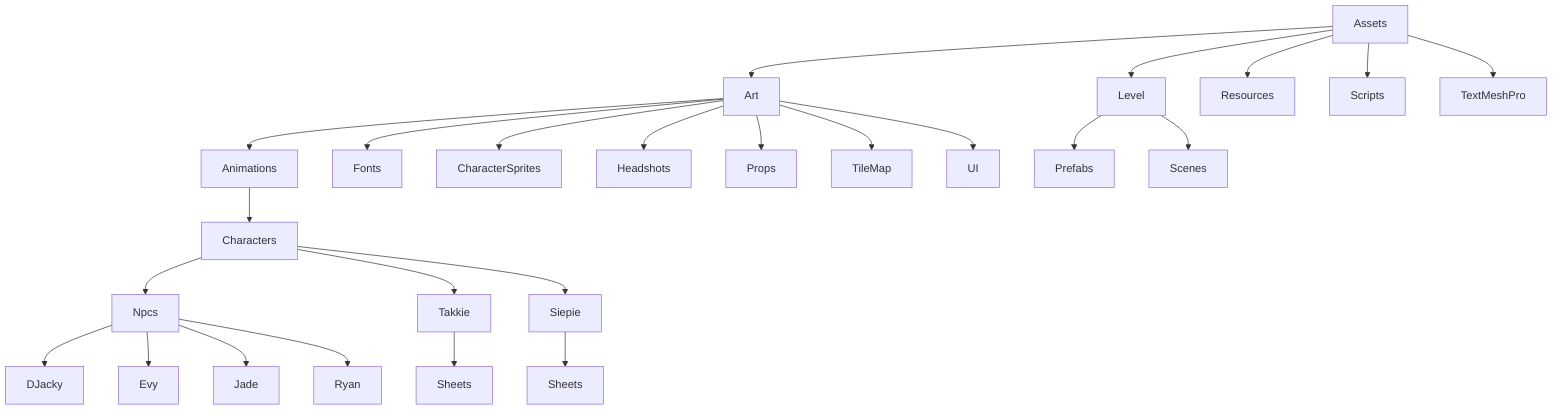
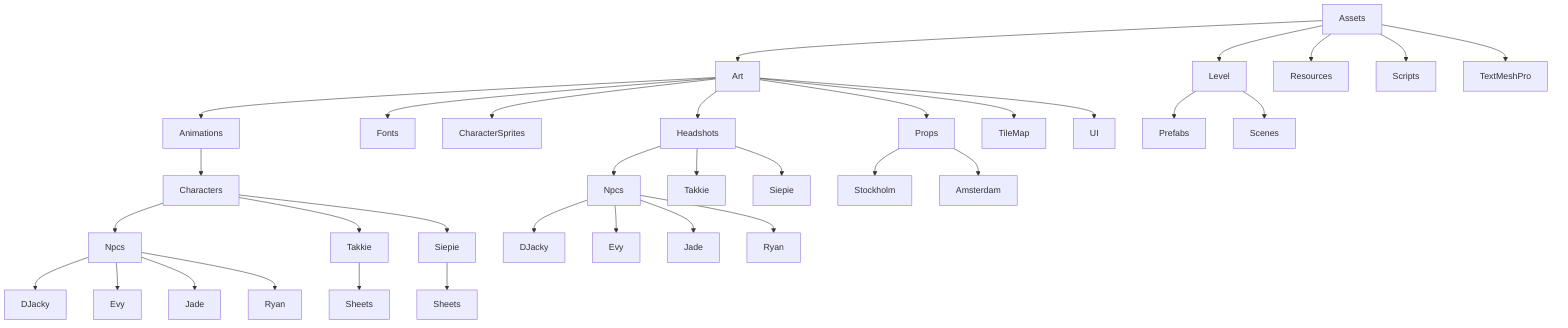
graph TD;


Assets-->Art;
Assets-->Level;
Assets-->Resources; %%{only_put_assets_here_when_discussed}%%
Assets-->Scripts;
Assets-->TextMeshPro;

Art-->Animations;
Art-->Fonts;
Art-->CharacterSprites
Art-->Headshots
Art-->Props
Art-->TileMap
Art-->UI

Animations-->Characters;

Characters-->Npcs;
Characters-->Takkie;
Characters-->Siepie;

Npcs-->DJacky;
Npcs-->Evy;
Npcs-->Jade;
Npcs-->Ryan;

Takkie-->TakkieAnimation[Sheets];
Siepie-->SiepieAnimation[Sheets];

Level-->Prefabs;
- Level-->Scenes;+ Level-->Scenes;
+ 
+ Headshots-->HeadshotsNpcs[Npcs]
+ 
+ HeadshotsNpcs[Npcs]-->HeadshotsDJacky[DJacky];
+ HeadshotsNpcs[Npcs]-->HeadshotsEvy[Evy];
+ HeadshotsNpcs[Npcs]-->HeadshotsJade[Jade];
+ HeadshotsNpcs[Npcs]-->HeadshotsRyan[Ryan];
+ 
+ Headshots-->HeadshotsTakkie[Takkie];
+ Headshots-->HeadshotsSiepie[Siepie];
+ 
+ Props-->Stockholm
+ Props-->Amsterdam
